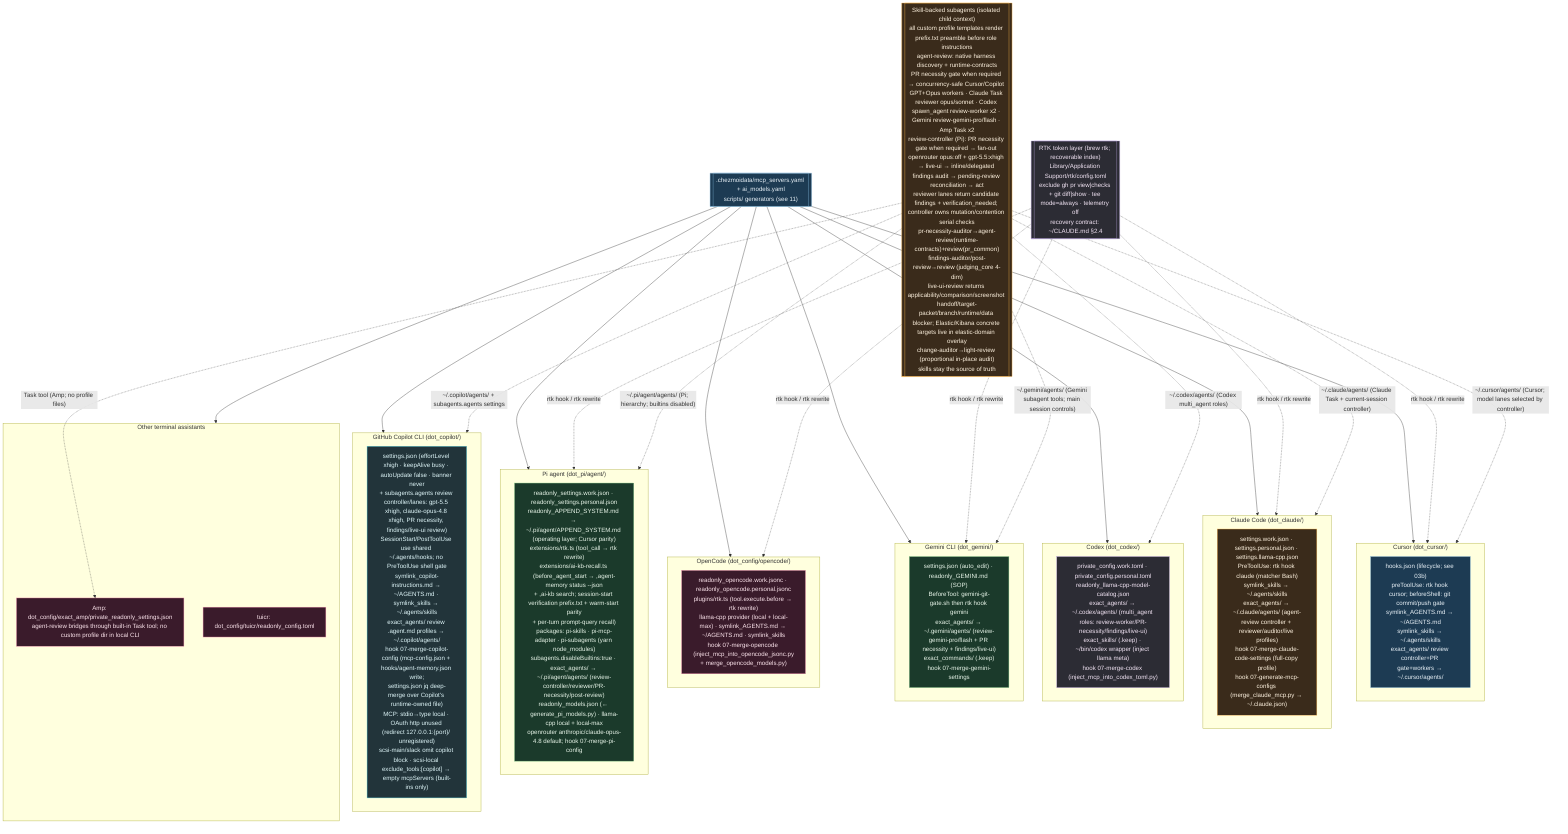
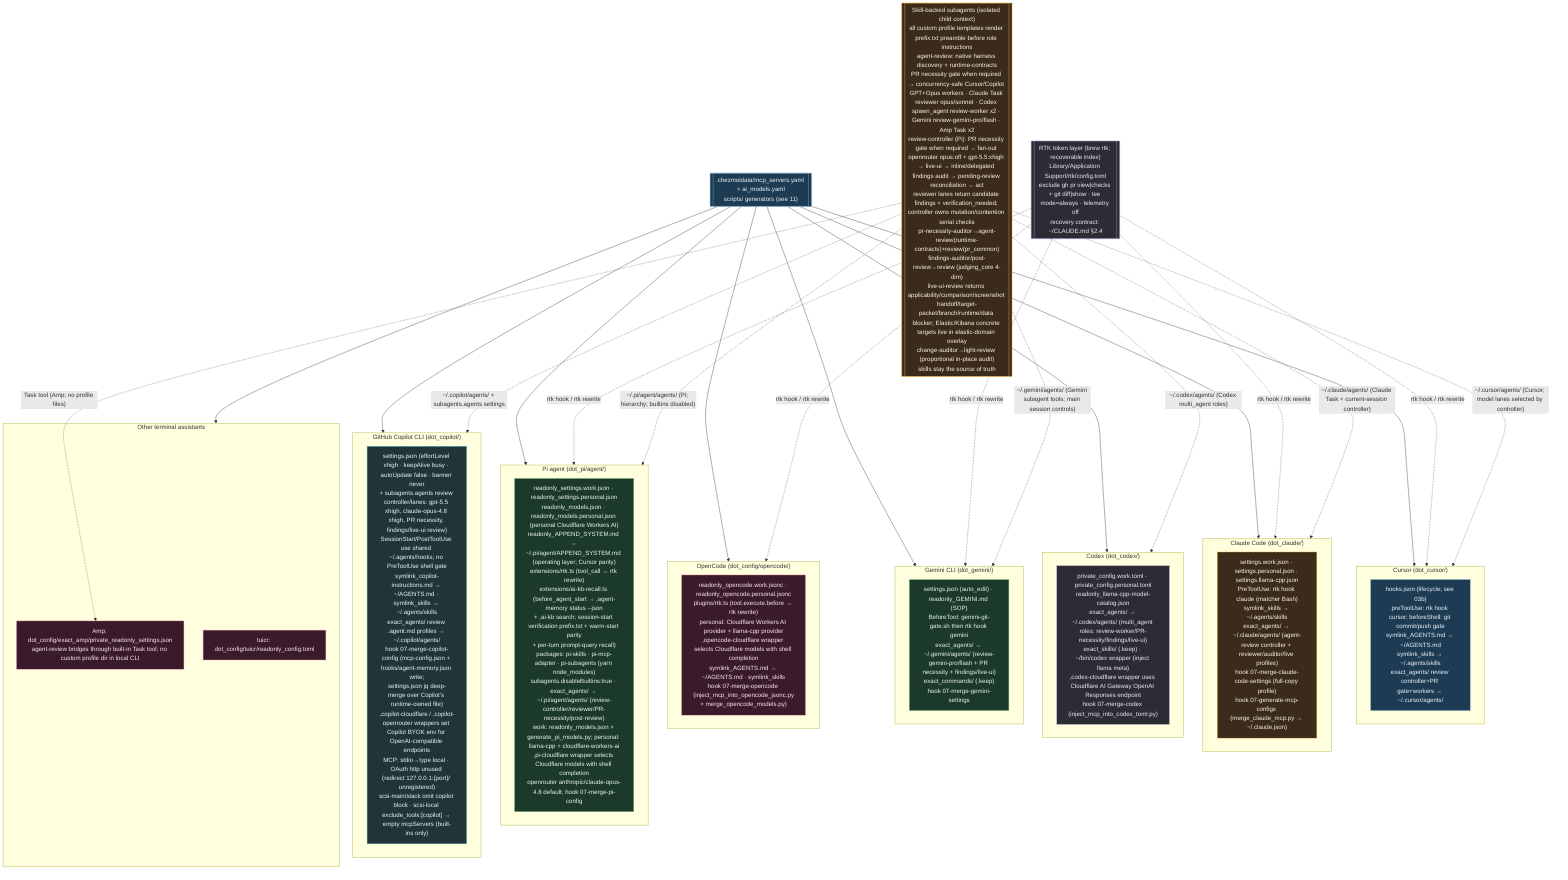
%% ============================================================================
%% 12-ai-tool-configs.mmd — Every per-tool AI config file in home/.
%% Pattern: source carries .work + .personal variants; a 07-merge-* hook picks
%% by isWork and merges generated MCP/model blocks into the live config.
%% ============================================================================
flowchart TB
    classDef cursor fill:#1d3b53,stroke:#7fb3d5,color:#eaf2f8;
    classDef claude fill:#3a2b1b,stroke:#ffb74d,color:#fff3e0;
    classDef codex fill:#2c2c34,stroke:#b39ddb,color:#f3e5f5;
    classDef gem fill:#1b3a2b,stroke:#81c784,color:#e8f5e9;
    classDef oc fill:#3a1b2b,stroke:#f48fb1,color:#fce4ec;
    classDef cop fill:#22343a,stroke:#4dd0e1,color:#e0f7fa;

    subgraph CURSOR["Cursor (dot_cursor/)"]
        CU["hooks.json (lifecycle; see 03b)<br/>preToolUse: rtk hook cursor; beforeShell: git commit/push gate<br/>symlink_AGENTS.md → ~/AGENTS.md<br/>symlink_skills → ~/.agents/skills<br/>exact_agents/ review controller+PR gate+workers → ~/.cursor/agents/"]:::cursor
    end

    subgraph CLAUDE["Claude Code (dot_claude/)"]
        CLD["settings.work.json · settings.personal.json · settings.llama-cpp.json<br/>PreToolUse: rtk hook claude (matcher Bash)<br/>symlink_skills → ~/.agents/skills<br/>exact_agents/ → ~/.claude/agents/ (agent-review controller + reviewer/auditor/live profiles)<br/>hook 07-merge-claude-code-settings (full-copy profile)<br/>hook 07-generate-mcp-configs (merge_claude_mcp.py → ~/.claude.json)"]:::claude
    end

    subgraph CODEX["Codex (dot_codex/)"]
-         CDX["private_config.work.toml · private_config.personal.toml<br/>readonly_llama-cpp-model-catalog.json<br/>exact_agents/ → ~/.codex/agents/ (multi_agent roles: review-worker/PR-necessity/findings/live-ui)<br/>exact_skills/ (.keep) · ~/bin/codex wrapper (inject llama meta)<br/>hook 07-merge-codex (inject_mcp_into_codex_toml.py)"]:::codex
+         CDX["private_config.work.toml · private_config.personal.toml<br/>readonly_llama-cpp-model-catalog.json<br/>exact_agents/ → ~/.codex/agents/ (multi_agent roles: review-worker/PR-necessity/findings/live-ui)<br/>exact_skills/ (.keep) · ~/bin/codex wrapper (inject llama meta)<br/>,codex-cloudflare wrapper uses Cloudflare AI Gateway OpenAI Responses endpoint<br/>hook 07-merge-codex (inject_mcp_into_codex_toml.py)"]:::codex
    end

    subgraph GEMINI["Gemini CLI (dot_gemini/)"]
        GMN["settings.json (auto_edit) · readonly_GEMINI.md (SOP)<br/>BeforeTool: gemini-git-gate.sh then rtk hook gemini<br/>exact_agents/ → ~/.gemini/agents/ (review-gemini-pro/flash + PR necessity + findings/live-ui)<br/>exact_commands/ (.keep)<br/>hook 07-merge-gemini-settings"]:::gem
    end

    subgraph OPENCODE["OpenCode (dot_config/opencode/)"]
-         OPC["readonly_opencode.work.jsonc · readonly_opencode.personal.jsonc<br/>plugins/rtk.ts (tool.execute.before → rtk rewrite)<br/>llama-cpp provider (local + local-max) · symlink_AGENTS.md → ~/AGENTS.md · symlink_skills<br/>hook 07-merge-opencode (inject_mcp_into_opencode_jsonc.py<br/>+ merge_opencode_models.py)"]:::oc
+         OPC["readonly_opencode.work.jsonc · readonly_opencode.personal.jsonc<br/>plugins/rtk.ts (tool.execute.before → rtk rewrite)<br/>personal: Cloudflare Workers AI provider + llama-cpp provider<br/>,opencode-cloudflare wrapper selects Cloudflare models with shell completion<br/>symlink_AGENTS.md → ~/AGENTS.md · symlink_skills<br/>hook 07-merge-opencode (inject_mcp_into_opencode_jsonc.py<br/>+ merge_opencode_models.py)"]:::oc
    end

    subgraph PI["Pi agent (dot_pi/agent/)"]
-         PIA["readonly_settings.work.json · readonly_settings.personal.json<br/>readonly_APPEND_SYSTEM.md → ~/.pi/agent/APPEND_SYSTEM.md (operating layer; Cursor parity)<br/>extensions/rtk.ts (tool_call → rtk rewrite)<br/>extensions/ai-kb-recall.ts (before_agent_start → ,agent-memory status --json<br/>+ ,ai-kb search; session-start verification prefix.txt + warm-start parity<br/>+ per-turn prompt-query recall)<br/>packages: pi-skills · pi-mcp-adapter · pi-subagents (yarn node_modules)<br/>subagents.disableBuiltins:true · exact_agents/ → ~/.pi/agent/agents/ (review-controller/reviewer/PR-necessity/post-review)<br/>readonly_models.json (← generate_pi_models.py) · llama-cpp local + local-max<br/>openrouter anthropic/claude-opus-4.8 default; hook 07-merge-pi-config"]:::gem
+         PIA["readonly_settings.work.json · readonly_settings.personal.json<br/>readonly_models.json · readonly_models.personal.json (personal Cloudflare Workers AI)<br/>readonly_APPEND_SYSTEM.md → ~/.pi/agent/APPEND_SYSTEM.md (operating layer; Cursor parity)<br/>extensions/rtk.ts (tool_call → rtk rewrite)<br/>extensions/ai-kb-recall.ts (before_agent_start → ,agent-memory status --json<br/>+ ,ai-kb search; session-start verification prefix.txt + warm-start parity<br/>+ per-turn prompt-query recall)<br/>packages: pi-skills · pi-mcp-adapter · pi-subagents (yarn node_modules)<br/>subagents.disableBuiltins:true · exact_agents/ → ~/.pi/agent/agents/ (review-controller/reviewer/PR-necessity/post-review)<br/>work: readonly_models.json + generate_pi_models.py; personal: llama-cpp + cloudflare-workers-ai<br/>,pi-cloudflare wrapper selects Cloudflare models with shell completion<br/>openrouter anthropic/claude-opus-4.8 default; hook 07-merge-pi-config"]:::gem
    end

    subgraph COPILOT["GitHub Copilot CLI (dot_copilot/)"]
-         COP["settings.json (effortLevel xhigh · keepAlive busy · autoUpdate false · banner never<br/>+ subagents.agents review controller/lanes: gpt-5.5 xhigh, claude-opus-4.8 xhigh, PR necessity, findings/live-ui review)<br/>SessionStart/PostToolUse use shared ~/.agents/hooks; no PreToolUse shell gate<br/>symlink_copilot-instructions.md → ~/AGENTS.md · symlink_skills → ~/.agents/skills<br/>exact_agents/ review .agent.md profiles → ~/.copilot/agents/<br/>hook 07-merge-copilot-config (mcp-config.json + hooks/agent-memory.json write;<br/>settings.json jq deep-merge over Copilot's runtime-owned file)<br/>MCP: stdio→type local · OAuth http unused (redirect 127.0.0.1:{port}/ unregistered)<br/>scsi-main/slack omit copilot block · scsi-local exclude_tools:[copilot] → empty mcpServers (built-ins only)"]:::cop
+         COP["settings.json (effortLevel xhigh · keepAlive busy · autoUpdate false · banner never<br/>+ subagents.agents review controller/lanes: gpt-5.5 xhigh, claude-opus-4.8 xhigh, PR necessity, findings/live-ui review)<br/>SessionStart/PostToolUse use shared ~/.agents/hooks; no PreToolUse shell gate<br/>symlink_copilot-instructions.md → ~/AGENTS.md · symlink_skills → ~/.agents/skills<br/>exact_agents/ review .agent.md profiles → ~/.copilot/agents/<br/>hook 07-merge-copilot-config (mcp-config.json + hooks/agent-memory.json write;<br/>settings.json jq deep-merge over Copilot's runtime-owned file)<br/>,copilot-cloudflare / ,copilot-openrouter wrappers set Copilot BYOK env for OpenAI-compatible endpoints<br/>MCP: stdio→type local · OAuth http unused (redirect 127.0.0.1:{port}/ unregistered)<br/>scsi-main/slack omit copilot block · scsi-local exclude_tools:[copilot] → empty mcpServers (built-ins only)"]:::cop
    end

    subgraph OTHER["Other terminal assistants"]
        AMP["Amp: dot_config/exact_amp/private_readonly_settings.json<br/>agent-review bridges through built-in Task tool; no custom profile dir in local CLI"]:::oc
        TUI["tuicr: dot_config/tuicr/readonly_config.toml"]:::oc
    end

    REG[[".chezmoidata/mcp_servers.yaml + ai_models.yaml<br/>scripts/ generators (see 11)"]]:::cursor
    REG --> CURSOR & CLAUDE & CODEX & GEMINI & OPENCODE & PI & COPILOT & OTHER

    RTK[["RTK token layer (brew rtk; recoverable index)<br/>Library/Application Support/rtk/config.toml<br/>exclude gh pr view|checks + git diff|show · tee mode=always · telemetry off<br/>recovery contract: ~/CLAUDE.md §2.4"]]:::codex
    RTK -.->|"rtk hook / rtk rewrite"| CURSOR & CLAUDE & GEMINI & OPENCODE & PI

    SUBA[["Skill-backed subagents (isolated child context)<br/>all custom profile templates render prefix.txt preamble before role instructions<br/>agent-review: native harness discovery + runtime-contracts<br/>PR necessity gate when required → concurrency-safe Cursor/Copilot GPT+Opus workers · Claude Task reviewer opus/sonnet · Codex spawn_agent review-worker x2 · Gemini review-gemini-pro/flash · Amp Task x2<br/>review-controller (Pi): PR necessity gate when required → fan-out openrouter opus:off + gpt-5.5:xhigh → live-ui → inline/delegated findings audit → pending-review reconciliation → act<br/>reviewer lanes return candidate findings + verification_needed; controller owns mutation/contention serial checks<br/>pr-necessity-auditor→agent-review(runtime-contracts)+review(pr_common)<br/>findings-auditor/post-review→review (judging_core 4-dim)<br/>live-ui-review returns applicability/comparison/screenshot handoff/target-packet/branch/runtime/data blocker; Elastic/Kibana concrete targets live in elastic-domain overlay<br/>change-auditor→light-review (proportional in-place audit)<br/>skills stay the source of truth"]]:::claude
    SUBA -.->|"~/.cursor/agents/ (Cursor; model lanes selected by controller)"| CURSOR
    SUBA -.->|"~/.copilot/agents/ + subagents.agents settings"| COPILOT
    SUBA -.->|"~/.claude/agents/ (Claude Task + current-session controller)"| CLAUDE
    SUBA -.->|"~/.codex/agents/ (Codex multi_agent roles)"| CODEX
    SUBA -.->|"~/.gemini/agents/ (Gemini subagent tools; main session controls)"| GEMINI
    SUBA -.->|"Task tool (Amp; no profile files)"| AMP
    SUBA -.->|"~/.pi/agent/agents/ (Pi; hierarchy; builtins disabled)"| PI
